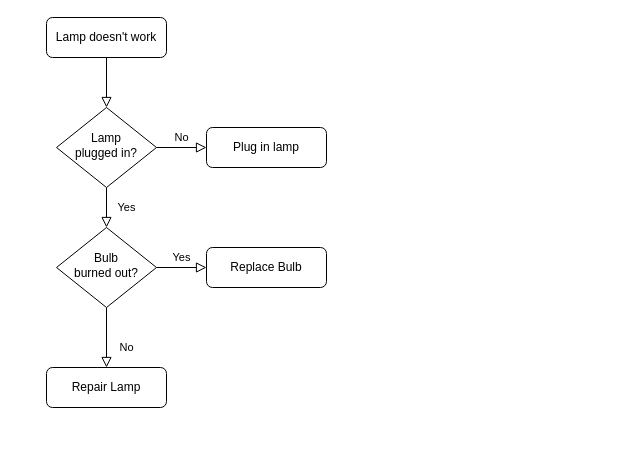
This is python/day3/pizza_order.drawio from bavinclint/100DayOfCode, a draw.io file, before an edit. Source tidied: cells renumbered, new cells numbered last; positions are measured from the earlier drawing's top-left corner, leaving out a move shared by most shapes. Both pictures are drawn from the tidied source at 100%, with x=0, y=0 at pixel (46, 17).
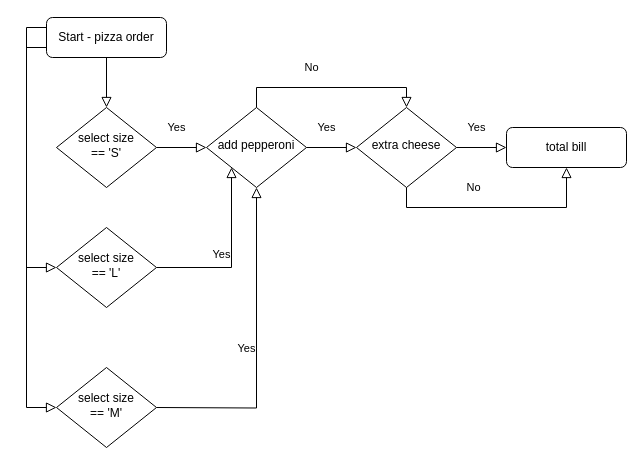
The same page after the edit.

The edit, as a diff of the source:
```diff
@@
-    <mxCell id="3" value="Lamp doesn't work" style="rounded=1;whiteSpace=wrap;html=1;fontSize=12;glass=0;strokeWidth=1;shadow=0;" parent="1" vertex="1">
+    <mxCell id="3" value="Start - pizza order" style="rounded=1;whiteSpace=wrap;html=1;fontSize=12;glass=0;strokeWidth=1;shadow=0;" parent="1" vertex="1">
       <mxGeometry width="120" height="40" as="geometry" />
     </mxCell>
-    <mxCell id="4" value="Yes" style="rounded=0;html=1;jettySize=auto;fontSize=11;endArrow=block;endFill=0;endSize=8;strokeWidth=1;shadow=0;labelBackgroundColor=none;edgeStyle=orthogonalEdgeStyle;" parent="1" edge="1" source="6" target="10">
-      <mxGeometry y="20" relative="1" as="geometry" />
-    </mxCell>
-    <mxCell id="5" value="No" style="edgeStyle=orthogonalEdgeStyle;rounded=0;html=1;jettySize=auto;fontSize=11;endArrow=block;endFill=0;endSize=8;strokeWidth=1;shadow=0;labelBackgroundColor=none;" parent="1" edge="1" source="6" target="7">
-      <mxGeometry y="10" relative="1" as="geometry" />
+    <mxCell id="5" value="Yes" style="edgeStyle=orthogonalEdgeStyle;rounded=0;html=1;jettySize=auto;orthogonalLoop=1;fontSize=11;endArrow=block;endFill=0;endSize=8;strokeWidth=1;shadow=0;labelBackgroundColor=none;" parent="1" edge="1">
+      <mxGeometry x="-0.21" y="20" relative="1" as="geometry">
+        <mxPoint x="110" y="130" as="sourcePoint" />
+        <mxPoint x="160" y="130" as="targetPoint" />
+      </mxGeometry>
     </mxCell>
-    <mxCell id="6" value="Lamp&lt;br&gt;plugged in?" style="rhombus;whiteSpace=wrap;html=1;shadow=0;fontFamily=Helvetica;fontSize=12;align=center;strokeWidth=1;spacing=6;spacingTop=-4;" parent="1" vertex="1">
+    <mxCell id="6" value="select size&lt;br&gt;== 'S'" style="rhombus;whiteSpace=wrap;html=1;shadow=0;fontFamily=Helvetica;fontSize=12;align=center;strokeWidth=1;spacing=6;spacingTop=-4;" parent="1" vertex="1">
       <mxGeometry x="10" y="90" width="100" height="80" as="geometry" />
     </mxCell>
-    <mxCell id="7" value="Plug in lamp" style="rounded=1;whiteSpace=wrap;html=1;fontSize=12;glass=0;strokeWidth=1;shadow=0;" parent="1" vertex="1">
-      <mxGeometry x="160" y="110" width="120" height="40" as="geometry" />
-    </mxCell>
-    <mxCell id="8" value="No" style="rounded=0;html=1;jettySize=auto;fontSize=11;endArrow=block;endFill=0;endSize=8;strokeWidth=1;shadow=0;labelBackgroundColor=none;edgeStyle=orthogonalEdgeStyle;" parent="1" edge="1" source="10" target="11">
-      <mxGeometry x="0.33" y="20" relative="1" as="geometry" />
-    </mxCell>
-    <mxCell id="9" value="Yes" style="edgeStyle=orthogonalEdgeStyle;rounded=0;html=1;jettySize=auto;fontSize=11;endArrow=block;endFill=0;endSize=8;strokeWidth=1;shadow=0;labelBackgroundColor=none;" parent="1" edge="1" source="10" target="12">
+    <mxCell id="9" value="Yes" style="edgeStyle=orthogonalEdgeStyle;rounded=0;html=1;jettySize=auto;fontSize=11;endArrow=block;endFill=0;endSize=8;strokeWidth=1;shadow=0;labelBackgroundColor=none;entryX=0;entryY=1;entryDx=0;entryDy=0;" parent="1" edge="1" source="10" target="13">
       <mxGeometry y="10" relative="1" as="geometry" />
     </mxCell>
-    <mxCell id="10" value="Bulb&lt;br&gt;burned out?" style="rhombus;whiteSpace=wrap;html=1;shadow=0;fontFamily=Helvetica;fontSize=12;align=center;strokeWidth=1;spacing=6;spacingTop=-4;" parent="1" vertex="1">
+    <mxCell id="10" value="select size&lt;br&gt;== 'L'" style="rhombus;whiteSpace=wrap;html=1;shadow=0;fontFamily=Helvetica;fontSize=12;align=center;strokeWidth=1;spacing=6;spacingTop=-4;" parent="1" vertex="1">
       <mxGeometry x="10" y="210" width="100" height="80" as="geometry" />
     </mxCell>
-    <mxCell id="11" value="Repair Lamp" style="rounded=1;whiteSpace=wrap;html=1;fontSize=12;glass=0;strokeWidth=1;shadow=0;" parent="1" vertex="1">
-      <mxGeometry y="350" width="120" height="40" as="geometry" />
-    </mxCell>
-    <mxCell id="12" value="Replace Bulb" style="rounded=1;whiteSpace=wrap;html=1;fontSize=12;glass=0;strokeWidth=1;shadow=0;" parent="1" vertex="1">
-      <mxGeometry x="160" y="230" width="120" height="40" as="geometry" />
-    </mxCell>
+    <mxCell id="13" value="add pepperoni" style="rhombus;whiteSpace=wrap;html=1;shadow=0;fontFamily=Helvetica;fontSize=12;align=center;strokeWidth=1;spacing=6;spacingTop=-4;" parent="1" vertex="1">
+      <mxGeometry x="160" y="90" width="100" height="80" as="geometry" />
+    </mxCell>
+    <mxCell id="14" style="rounded=0;html=1;jettySize=auto;fontSize=11;endArrow=block;endFill=0;endSize=8;strokeWidth=1;shadow=0;labelBackgroundColor=none;edgeStyle=orthogonalEdgeStyle;entryX=0;entryY=0.5;entryDx=0;entryDy=0;exitX=0;exitY=0.75;exitDx=0;exitDy=0;" parent="1" edge="1" source="3" target="10">
+      <mxGeometry relative="1" as="geometry" />
+    </mxCell>
+    <mxCell id="15" value="total bill" style="rounded=1;whiteSpace=wrap;html=1;fontSize=12;glass=0;strokeWidth=1;shadow=0;" parent="1" vertex="1">
+      <mxGeometry x="460" y="110" width="120" height="40" as="geometry" />
+    </mxCell>
+    <mxCell id="16" value="select size&lt;br&gt;== 'M'" style="rhombus;whiteSpace=wrap;html=1;shadow=0;fontFamily=Helvetica;fontSize=12;align=center;strokeWidth=1;spacing=6;spacingTop=-4;" parent="1" vertex="1">
+      <mxGeometry x="10" y="350" width="100" height="80" as="geometry" />
+    </mxCell>
+    <mxCell id="17" style="rounded=0;html=1;jettySize=auto;fontSize=11;endArrow=block;endFill=0;endSize=8;strokeWidth=1;shadow=0;labelBackgroundColor=none;edgeStyle=orthogonalEdgeStyle;entryX=0;entryY=0.5;entryDx=0;entryDy=0;exitX=0;exitY=0.25;exitDx=0;exitDy=0;" parent="1" edge="1" source="3" target="16">
+      <mxGeometry relative="1" as="geometry" />
+    </mxCell>
+    <mxCell id="18" value="Yes" style="edgeStyle=orthogonalEdgeStyle;rounded=0;html=1;jettySize=auto;fontSize=11;endArrow=block;endFill=0;endSize=8;strokeWidth=1;shadow=0;labelBackgroundColor=none;entryX=0.5;entryY=1;entryDx=0;entryDy=0;" parent="1" edge="1" target="13">
+      <mxGeometry y="10" relative="1" as="geometry">
+        <mxPoint x="110" y="390" as="sourcePoint" />
+      </mxGeometry>
+    </mxCell>
+    <mxCell id="19" value="Yes" style="edgeStyle=orthogonalEdgeStyle;rounded=0;html=1;jettySize=auto;orthogonalLoop=1;fontSize=11;endArrow=block;endFill=0;endSize=8;strokeWidth=1;shadow=0;labelBackgroundColor=none;" parent="1" edge="1">
+      <mxGeometry x="-0.21" y="20" relative="1" as="geometry">
+        <mxPoint x="260" y="130" as="sourcePoint" />
+        <mxPoint x="310" y="130" as="targetPoint" />
+      </mxGeometry>
+    </mxCell>
+    <mxCell id="20" value="extra cheese" style="rhombus;whiteSpace=wrap;html=1;shadow=0;fontFamily=Helvetica;fontSize=12;align=center;strokeWidth=1;spacing=6;spacingTop=-4;" parent="1" vertex="1">
+      <mxGeometry x="310" y="90" width="100" height="80" as="geometry" />
+    </mxCell>
+    <mxCell id="21" value="Yes" style="edgeStyle=orthogonalEdgeStyle;rounded=0;html=1;jettySize=auto;orthogonalLoop=1;fontSize=11;endArrow=block;endFill=0;endSize=8;strokeWidth=1;shadow=0;labelBackgroundColor=none;" parent="1" edge="1">
+      <mxGeometry x="-0.21" y="20" relative="1" as="geometry">
+        <mxPoint x="410" y="130" as="sourcePoint" />
+        <mxPoint x="460" y="130" as="targetPoint" />
+      </mxGeometry>
+    </mxCell>
+    <mxCell id="22" value="No" style="edgeStyle=orthogonalEdgeStyle;rounded=0;html=1;jettySize=auto;fontSize=11;endArrow=block;endFill=0;endSize=8;strokeWidth=1;shadow=0;labelBackgroundColor=none;exitX=0.5;exitY=0;exitDx=0;exitDy=0;entryX=0.5;entryY=0;entryDx=0;entryDy=0;" parent="1" edge="1" source="13" target="20">
+      <mxGeometry x="-0.21" y="20" relative="1" as="geometry" />
+    </mxCell>
+    <mxCell id="23" value="No" style="edgeStyle=orthogonalEdgeStyle;rounded=0;html=1;jettySize=auto;fontSize=11;endArrow=block;endFill=0;endSize=8;strokeWidth=1;shadow=0;labelBackgroundColor=none;exitX=0.5;exitY=1;exitDx=0;exitDy=0;entryX=0.5;entryY=1;entryDx=0;entryDy=0;" parent="1" edge="1" source="20" target="15">
+      <mxGeometry x="-0.21" y="20" relative="1" as="geometry" />
+    </mxCell>
```
